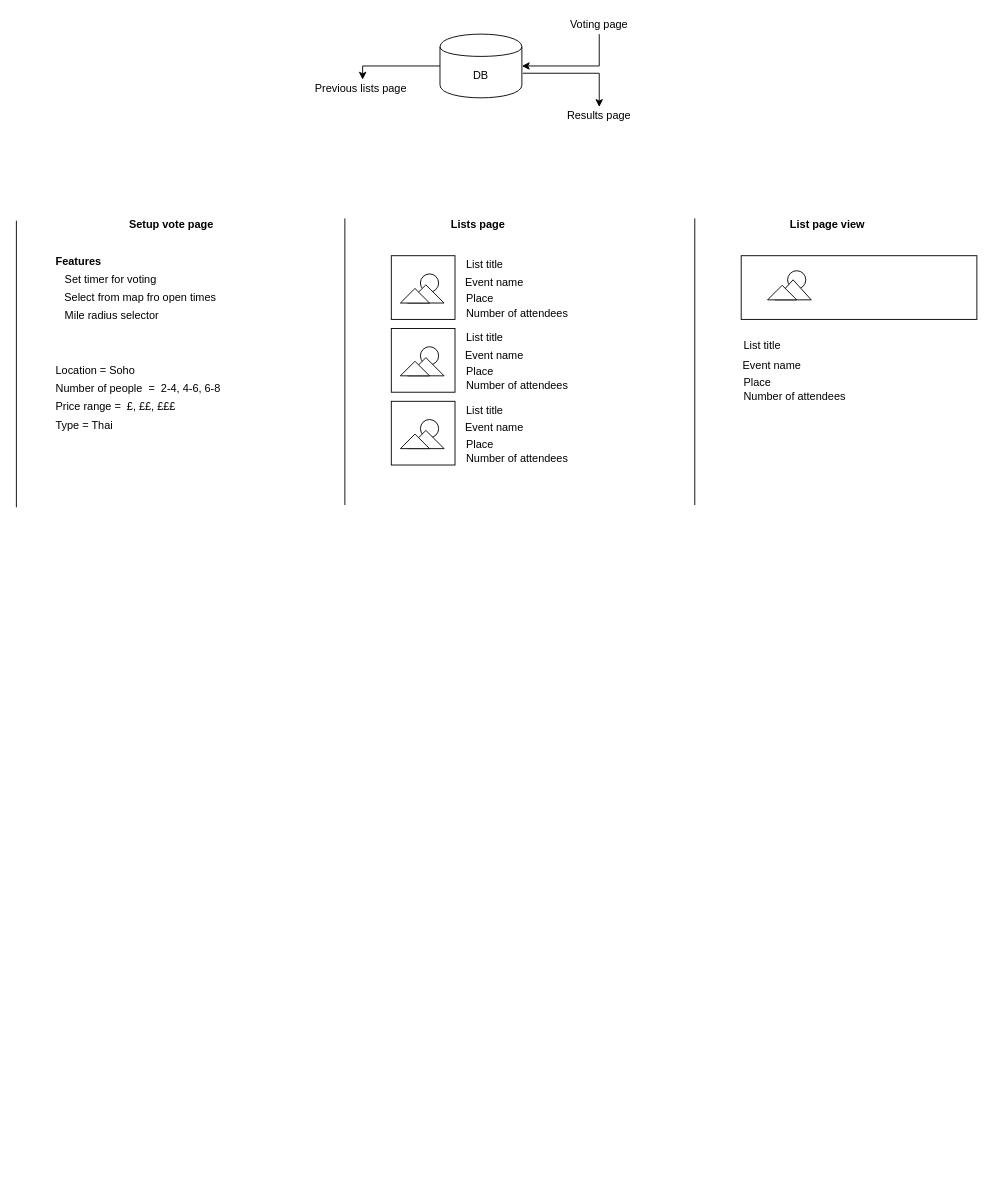
The draw.io diagram lunchSystem.drawio in ameenaziz/lunch, before the edit. Source tidied: cells renumbered, new cells numbered last; positions are measured from the earlier drawing's top-left corner, leaving out a move shared by most shapes. Both pictures are drawn from the tidied source at 91%, with x=0, y=0 at pixel (15, 15).
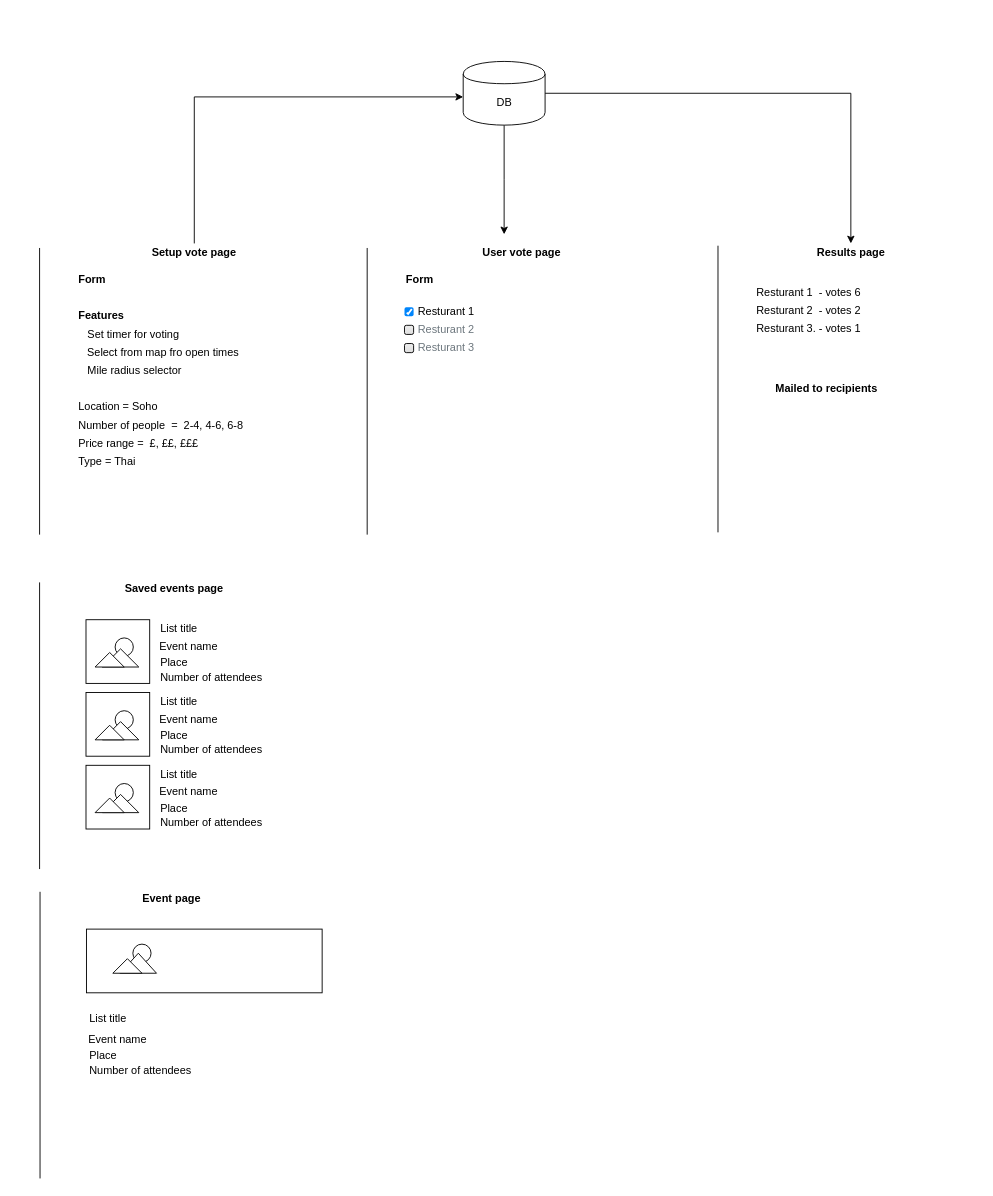
Above is the later version.

The change refers to these unchanged cells:
```xml
<mxCell id="81" style="group;" parent="78" vertex="1">
  <mxGeometry y="12" width="48" height="29" as="geometry" />
</mxCell>
```

Change to the diagram source:
```diff
@@
-    <mxCell id="2" style="whiteSpace=wrap;html=1;fontStyle=0;" parent="1" vertex="1">
-      <mxGeometry x="797" y="263.5" width="259" height="70" as="geometry" />
-    </mxCell>
-    <mxCell id="3" value="Previous lists page&amp;nbsp;" style="text;html=1;strokeColor=none;fillColor=none;align=center;verticalAlign=middle;whiteSpace=wrap;rounded=0;" parent="1" vertex="1">
-      <mxGeometry x="326" y="70" width="110" height="20" as="geometry" />
-    </mxCell>
+    <mxCell id="86" style="edgeStyle=orthogonalEdgeStyle;rounded=0;jettySize=auto;html=1;" parent="1" edge="1" source="4">
+      <mxGeometry relative="1" as="geometry">
+        <mxPoint x="536.5" y="240" as="targetPoint" />
+      </mxGeometry>
+    </mxCell>
+    <mxCell id="87" style="edgeStyle=orthogonalEdgeStyle;rounded=0;jettySize=auto;html=1;exitX=1;exitY=0.5;exitDx=0;exitDy=0;" parent="1" edge="1" source="4" target="72">
+      <mxGeometry relative="1" as="geometry" />
+    </mxCell>
     <mxCell id="4" value="DB" style="shape=cylinder;whiteSpace=wrap;html=1;boundedLbl=1;backgroundOutline=1;" parent="1" vertex="1">
-      <mxGeometry x="466" y="20" width="90" height="70" as="geometry" />
+      <mxGeometry x="491.5" y="50" width="90" height="70" as="geometry" />
     </mxCell>
-    <mxCell id="5" style="edgeStyle=orthogonalEdgeStyle;rounded=0;jettySize=auto;html=1;exitX=0.5;exitY=1;exitDx=0;exitDy=0;" parent="1" edge="1" source="6" target="4">
-      <mxGeometry relative="1" as="geometry" />
-    </mxCell>
-    <mxCell id="6" value="Voting page" style="text;html=1;strokeColor=none;fillColor=none;align=center;verticalAlign=middle;whiteSpace=wrap;rounded=0;" parent="1" vertex="1">
-      <mxGeometry x="586" width="110" height="20" as="geometry" />
-    </mxCell>
-    <mxCell id="7" style="edgeStyle=orthogonalEdgeStyle;rounded=0;jettySize=auto;html=1;exitX=1.011;exitY=0.614;exitDx=0;exitDy=0;entryX=0.5;entryY=0;entryDx=0;entryDy=0;exitPerimeter=0;" parent="1" edge="1" source="4" target="8">
-      <mxGeometry relative="1" as="geometry">
-        <Array as="points">
-          <mxPoint x="641" y="63" />
-        </Array>
-      </mxGeometry>
-    </mxCell>
-    <mxCell id="8" value="Results page" style="text;html=1;strokeColor=none;fillColor=none;align=center;verticalAlign=middle;whiteSpace=wrap;rounded=0;" parent="1" vertex="1">
-      <mxGeometry x="586" y="100" width="110" height="20" as="geometry" />
-    </mxCell>
-    <mxCell id="9" style="edgeStyle=orthogonalEdgeStyle;rounded=0;jettySize=auto;html=1;entryX=0.5;entryY=0;entryDx=0;entryDy=0;" parent="1" edge="1" source="4" target="3">
-      <mxGeometry relative="1" as="geometry">
-        <Array as="points">
-          <mxPoint x="381" y="55" />
-        </Array>
-      </mxGeometry>
-    </mxCell>
-    <mxCell id="10" style="endArrow=none;html=1;" parent="1" edge="1">
-      <mxGeometry relative="1" as="geometry">
-        <mxPoint x="0.5" y="540" as="sourcePoint" />
-        <mxPoint x="0.5" y="225" as="targetPoint" />
-      </mxGeometry>
-    </mxCell>
+    <mxCell id="88" style="edgeStyle=orthogonalEdgeStyle;rounded=0;jettySize=auto;html=1;exitX=0.5;exitY=0;exitDx=0;exitDy=0;entryX=0;entryY=0.557;entryDx=0;entryDy=0;entryPerimeter=0;" parent="1" edge="1" source="11" target="4">
+      <mxGeometry relative="1" as="geometry" />
+    </mxCell>
     <mxCell id="11" value="Setup vote page" style="text;html=1;strokeColor=none;fillColor=none;align=center;verticalAlign=middle;whiteSpace=wrap;rounded=0;fontStyle=1;" parent="1" vertex="1">
-      <mxGeometry x="115.5" y="220" width="110" height="20" as="geometry" />
+      <mxGeometry x="141" y="250" width="110" height="20" as="geometry" />
     </mxCell>
     <mxCell id="12" value="Select from map fro open times" style="text;html=1;strokeColor=none;fillColor=none;align=center;verticalAlign=middle;whiteSpace=wrap;rounded=0;" parent="1" vertex="1">
-      <mxGeometry x="51.5" y="300" width="170" height="20" as="geometry" />
+      <mxGeometry x="77" y="360" width="170" height="20" as="geometry" />
     </mxCell>
     <mxCell id="13" value="Set timer for voting&amp;nbsp;" style="text;html=1;strokeColor=none;fillColor=none;align=left;verticalAlign=middle;whiteSpace=wrap;rounded=0;" parent="1" vertex="1">
-      <mxGeometry x="51.5" y="280" width="170" height="20" as="geometry" />
+      <mxGeometry x="77" y="340" width="170" height="20" as="geometry" />
     </mxCell>
     <mxCell id="14" value="Mile radius selector" style="text;html=1;strokeColor=none;fillColor=none;align=left;verticalAlign=middle;whiteSpace=wrap;rounded=0;" parent="1" vertex="1">
-      <mxGeometry x="51.5" y="320" width="170" height="20" as="geometry" />
+      <mxGeometry x="77" y="380" width="170" height="20" as="geometry" />
     </mxCell>
     <mxCell id="15" value="Features&amp;nbsp;" style="text;html=1;strokeColor=none;fillColor=none;align=left;verticalAlign=middle;whiteSpace=wrap;rounded=0;fontStyle=1;" parent="1" vertex="1">
-      <mxGeometry x="41.5" y="260" width="170" height="20" as="geometry" />
+      <mxGeometry x="67" y="320" width="170" height="20" as="geometry" />
     </mxCell>
     <mxCell id="16" value="Location = Soho" style="text;html=1;strokeColor=none;fillColor=none;align=left;verticalAlign=middle;whiteSpace=wrap;rounded=0;" parent="1" vertex="1">
-      <mxGeometry x="41.5" y="380" width="170" height="20" as="geometry" />
+      <mxGeometry x="67" y="420" width="170" height="20" as="geometry" />
     </mxCell>
     <mxCell id="17" value="Number of people&amp;nbsp; =&amp;nbsp; 2-4, 4-6, 6-8" style="text;html=1;strokeColor=none;fillColor=none;align=left;verticalAlign=middle;whiteSpace=wrap;rounded=0;" parent="1" vertex="1">
-      <mxGeometry x="41.5" y="400" width="190" height="20" as="geometry" />
+      <mxGeometry x="67" y="440" width="190" height="20" as="geometry" />
     </mxCell>
     <mxCell id="18" value="Price range =&amp;nbsp; £, ££, £££" style="text;html=1;strokeColor=none;fillColor=none;align=left;verticalAlign=middle;whiteSpace=wrap;rounded=0;" parent="1" vertex="1">
-      <mxGeometry x="41.5" y="420" width="190" height="20" as="geometry" />
+      <mxGeometry x="67" y="460" width="190" height="20" as="geometry" />
     </mxCell>
     <mxCell id="19" value="Type = Thai&amp;nbsp;" style="text;html=1;strokeColor=none;fillColor=none;align=left;verticalAlign=middle;whiteSpace=wrap;rounded=0;" parent="1" vertex="1">
-      <mxGeometry x="41.5" y="440" width="190" height="20" as="geometry" />
+      <mxGeometry x="67" y="480" width="190" height="20" as="geometry" />
     </mxCell>
     <mxCell id="20" style="group;" parent="1" vertex="1">
-      <mxGeometry x="412.5" y="323.5" width="48" height="70" as="geometry" />
+      <mxGeometry x="77" y="723.5" width="48" height="70" as="geometry" />
     </mxCell>
@@
     <mxCell id="22" style="group;" parent="1" vertex="1">
-      <mxGeometry x="412.5" y="263.5" width="250" height="73" as="geometry" />
+      <mxGeometry x="77" y="663.5" width="250" height="73" as="geometry" />
     </mxCell>
@@
     <mxCell id="37" style="group;" parent="1" vertex="1">
-      <mxGeometry x="412.5" y="343.5" width="250" height="73" as="geometry" />
+      <mxGeometry x="77" y="743.5" width="250" height="73" as="geometry" />
     </mxCell>
@@
     <mxCell id="52" style="group;" parent="1" vertex="1">
-      <mxGeometry x="412.5" y="423.5" width="250" height="73" as="geometry" />
+      <mxGeometry x="77" y="823.5" width="250" height="73" as="geometry" />
     </mxCell>
@@
     <mxCell id="67" style="endArrow=none;html=1;" parent="1" edge="1">
       <mxGeometry relative="1" as="geometry">
-        <mxPoint x="361.5" y="537.5" as="sourcePoint" />
-        <mxPoint x="361.5" y="222.5" as="targetPoint" />
+        <mxPoint x="26" y="937.5" as="sourcePoint" />
+        <mxPoint x="26" y="622.5" as="targetPoint" />
       </mxGeometry>
     </mxCell>
-    <mxCell id="68" value="Lists page" style="text;html=1;strokeColor=none;fillColor=none;align=center;verticalAlign=middle;whiteSpace=wrap;rounded=0;fontStyle=1;" parent="1" vertex="1">
-      <mxGeometry x="452.5" y="220" width="110" height="20" as="geometry" />
+    <mxCell id="68" value="Saved events page" style="text;html=1;strokeColor=none;fillColor=none;align=center;verticalAlign=middle;whiteSpace=wrap;rounded=0;fontStyle=1;" parent="1" vertex="1">
+      <mxGeometry x="117" y="620" width="113.5" height="20" as="geometry" />
     </mxCell>
-    <mxCell id="69" style="group;" parent="1" vertex="1">
-      <mxGeometry x="797" y="323.5" width="48" height="70" as="geometry" />
-    </mxCell>
+    <mxCell id="72" value="Results page" style="text;html=1;strokeColor=none;fillColor=none;align=center;verticalAlign=middle;whiteSpace=wrap;rounded=0;fontStyle=1;" parent="1" vertex="1">
+      <mxGeometry x="862.5" y="250" width="110" height="20" as="geometry" />
+    </mxCell>
+    <mxCell id="89" style="whiteSpace=wrap;html=1;fontStyle=0;" parent="1" vertex="1">
+      <mxGeometry x="77.5" y="1003.5" width="259" height="70" as="geometry" />
+    </mxCell>
+    <mxCell id="90" style="group;" parent="1" vertex="1">
+      <mxGeometry x="77.5" y="1063.5" width="48" height="70" as="geometry" />
+    </mxCell>
-    <mxCell id="70" style="group;" parent="69" vertex="1">
+    <mxCell id="70" style="group;" parent="90" vertex="1">
       <mxGeometry x="-10" y="-40" width="58" height="110" as="geometry" />
     </mxCell>
-    <mxCell id="71" style="endArrow=none;html=1;" parent="1" edge="1">
-      <mxGeometry relative="1" as="geometry">
-        <mxPoint x="746" y="537.5" as="sourcePoint" />
-        <mxPoint x="746" y="222.5" as="targetPoint" />
-      </mxGeometry>
-    </mxCell>
-    <mxCell id="72" value="List page view" style="text;html=1;strokeColor=none;fillColor=none;align=center;verticalAlign=middle;whiteSpace=wrap;rounded=0;fontStyle=1;" parent="1" vertex="1">
-      <mxGeometry x="837" y="220" width="110" height="20" as="geometry" />
-    </mxCell>
+    <mxCell id="91" style="endArrow=none;html=1;" parent="1" edge="1">
+      <mxGeometry relative="1" as="geometry">
+        <mxPoint x="26.5" y="1277.5" as="sourcePoint" />
+        <mxPoint x="26.5" y="962.5" as="targetPoint" />
+      </mxGeometry>
+    </mxCell>
+    <mxCell id="92" value="Event page&amp;nbsp;" style="text;html=1;strokeColor=none;fillColor=none;align=center;verticalAlign=middle;whiteSpace=wrap;rounded=0;fontStyle=1;" parent="1" vertex="1">
+      <mxGeometry x="117.5" y="960" width="110" height="20" as="geometry" />
+    </mxCell>
     <mxCell id="73" value="List title&amp;nbsp;" style="text;html=1;strokeColor=none;fillColor=none;align=left;verticalAlign=middle;whiteSpace=wrap;rounded=0;" parent="1" vertex="1">
-      <mxGeometry x="798" y="351.5" width="170" height="20" as="geometry" />
+      <mxGeometry x="78.5" y="1091.5" width="170" height="20" as="geometry" />
     </mxCell>
     <mxCell id="74" value="Event name" style="text;html=1;strokeColor=none;fillColor=none;align=left;verticalAlign=middle;whiteSpace=wrap;rounded=0;" parent="1" vertex="1">
-      <mxGeometry x="797" y="374.5" width="170" height="20" as="geometry" />
+      <mxGeometry x="77.5" y="1114.5" width="170" height="20" as="geometry" />
     </mxCell>
     <mxCell id="75" value="Place" style="text;html=1;strokeColor=none;fillColor=none;align=left;verticalAlign=middle;whiteSpace=wrap;rounded=0;" parent="1" vertex="1">
-      <mxGeometry x="798" y="392.5" width="170" height="20" as="geometry" />
+      <mxGeometry x="78.5" y="1132.5" width="170" height="20" as="geometry" />
     </mxCell>
     <mxCell id="76" value="Number of attendees&amp;nbsp;" style="text;html=1;strokeColor=none;fillColor=none;align=left;verticalAlign=middle;whiteSpace=wrap;rounded=0;" parent="1" vertex="1">
-      <mxGeometry x="798" y="408.5" width="170" height="20" as="geometry" />
+      <mxGeometry x="78.5" y="1148.5" width="170" height="20" as="geometry" />
     </mxCell>
-    <mxCell id="77" style="group;" parent="1" vertex="1">
-      <mxGeometry x="797" y="263.5" width="70" height="70" as="geometry" />
-    </mxCell>
+    <mxCell id="93" style="group;" parent="1" vertex="1">
+      <mxGeometry x="77.5" y="1003.5" width="70" height="70" as="geometry" />
+    </mxCell>
-    <mxCell id="78" style="group;" parent="77" vertex="1">
+    <mxCell id="78" style="group;" parent="93" vertex="1">
       <mxGeometry x="29" y="16.5" width="48" height="41" as="geometry" />
     </mxCell>
@@
-    <mxCell id="82" style="group;" parent="81" vertex="1">
-      <mxGeometry width="48" height="29" as="geometry" />
-    </mxCell>
-    <mxCell id="83" style="group;" parent="82" vertex="1">
-      <mxGeometry width="48" height="29" as="geometry" />
-    </mxCell>
+    <mxCell id="94" style="group;" parent="81" vertex="1">
+      <mxGeometry width="48" height="29" as="geometry" />
+    </mxCell>
+    <mxCell id="95" style="group;" parent="94" vertex="1">
+      <mxGeometry width="48" height="29" as="geometry" />
+    </mxCell>
-    <mxCell id="84" style="triangle;whiteSpace=wrap;html=1;rotation=-90;" parent="83" vertex="1">
+    <mxCell id="84" style="triangle;whiteSpace=wrap;html=1;rotation=-90;" parent="95" vertex="1">
       <mxGeometry x="17" y="-11" width="22" height="40" as="geometry" />
     </mxCell>
-    <mxCell id="85" style="triangle;whiteSpace=wrap;html=1;rotation=-90;" parent="83" vertex="1">
+    <mxCell id="85" style="triangle;whiteSpace=wrap;html=1;rotation=-90;" parent="95" vertex="1">
       <mxGeometry x="8" y="-4" width="16" height="32" as="geometry" />
     </mxCell>
+    <mxCell id="96" value="Resturant 1&amp;nbsp; - votes 6&amp;nbsp;" style="text;html=1;strokeColor=none;fillColor=none;align=left;verticalAlign=middle;whiteSpace=wrap;rounded=0;" parent="1" vertex="1">
+      <mxGeometry x="811.5" y="293.5" width="170" height="20" as="geometry" />
+    </mxCell>
+    <mxCell id="97" value="Resturant 2&amp;nbsp; - votes 2" style="text;html=1;strokeColor=none;fillColor=none;align=left;verticalAlign=middle;whiteSpace=wrap;rounded=0;" parent="1" vertex="1">
+      <mxGeometry x="811.5" y="313.5" width="170" height="20" as="geometry" />
+    </mxCell>
+    <mxCell id="98" value="Resturant 3. - votes 1" style="text;html=1;strokeColor=none;fillColor=none;align=left;verticalAlign=middle;whiteSpace=wrap;rounded=0;" parent="1" vertex="1">
+      <mxGeometry x="811.5" y="333.5" width="170" height="20" as="geometry" />
+    </mxCell>
+    <mxCell id="99" value="Mailed to recipients" style="text;html=1;strokeColor=none;fillColor=none;align=left;verticalAlign=middle;whiteSpace=wrap;rounded=0;fontStyle=1;" parent="1" vertex="1">
+      <mxGeometry x="832.5" y="400" width="170" height="20" as="geometry" />
+    </mxCell>
+    <mxCell id="100" value="Form" style="text;html=1;strokeColor=none;fillColor=none;align=left;verticalAlign=middle;whiteSpace=wrap;rounded=0;fontStyle=1;" parent="1" vertex="1">
+      <mxGeometry x="67" y="280" width="170" height="20" as="geometry" />
+    </mxCell>
+    <mxCell id="101" value="User vote page" style="text;html=1;strokeColor=none;fillColor=none;align=center;verticalAlign=middle;whiteSpace=wrap;rounded=0;fontStyle=1;" parent="1" vertex="1">
+      <mxGeometry x="501" y="250" width="110" height="20" as="geometry" />
+    </mxCell>
+    <mxCell id="102" value="Form" style="text;html=1;strokeColor=none;fillColor=none;align=left;verticalAlign=middle;whiteSpace=wrap;rounded=0;fontStyle=1;" parent="1" vertex="1">
+      <mxGeometry x="427" y="280" width="170" height="20" as="geometry" />
+    </mxCell>
+    <mxCell id="10" style="endArrow=none;html=1;" parent="1" edge="1">
+      <mxGeometry relative="1" as="geometry">
+        <mxPoint x="26" y="570" as="sourcePoint" />
+        <mxPoint x="26" y="255" as="targetPoint" />
+      </mxGeometry>
+    </mxCell>
+    <mxCell id="71" style="endArrow=none;html=1;" parent="1" edge="1">
+      <mxGeometry relative="1" as="geometry">
+        <mxPoint x="771.5" y="567.5" as="sourcePoint" />
+        <mxPoint x="771.5" y="252.5" as="targetPoint" />
+      </mxGeometry>
+    </mxCell>
+    <mxCell id="103" style="endArrow=none;html=1;" parent="1" edge="1">
+      <mxGeometry relative="1" as="geometry">
+        <mxPoint x="386" y="570" as="sourcePoint" />
+        <mxPoint x="386" y="255" as="targetPoint" />
+      </mxGeometry>
+    </mxCell>
+    <mxCell id="104" value="Resturant 1&amp;nbsp;" style="html=1;shadow=0;dashed=0;shape=mxgraph.bootstrap.checkbox2;labelPosition=right;verticalLabelPosition=middle;align=left;verticalAlign=middle;gradientColor=#DEDEDE;fillColor=#EDEDED;checked=1;spacing=5;checkedFill=#0085FC;checkedStroke=#ffffff;" parent="1" vertex="1">
+      <mxGeometry x="427" y="320" width="10" height="10" as="geometry" />
+    </mxCell>
+    <mxCell id="105" value="Resturant 2&amp;nbsp;" style="html=1;shadow=0;dashed=0;shape=mxgraph.bootstrap.checkbox2;labelPosition=right;verticalLabelPosition=middle;align=left;verticalAlign=middle;gradientColor=#DEDEDE;fillColor=#EDEDED;checked=0;spacing=5;fontColor=#6C767D;checkedFill=#0085FC;checkedStroke=#ffffff;" parent="1" vertex="1">
+      <mxGeometry x="427" y="340" width="10" height="10" as="geometry" />
+    </mxCell>
+    <mxCell id="106" value="Resturant 3" style="html=1;shadow=0;dashed=0;shape=mxgraph.bootstrap.checkbox2;labelPosition=right;verticalLabelPosition=middle;align=left;verticalAlign=middle;gradientColor=#DEDEDE;fillColor=#EDEDED;checked=0;spacing=5;fontColor=#6C767D;checkedFill=#0085FC;checkedStroke=#ffffff;" parent="1" vertex="1">
+      <mxGeometry x="427" y="360" width="10" height="10" as="geometry" />
+    </mxCell>
```
